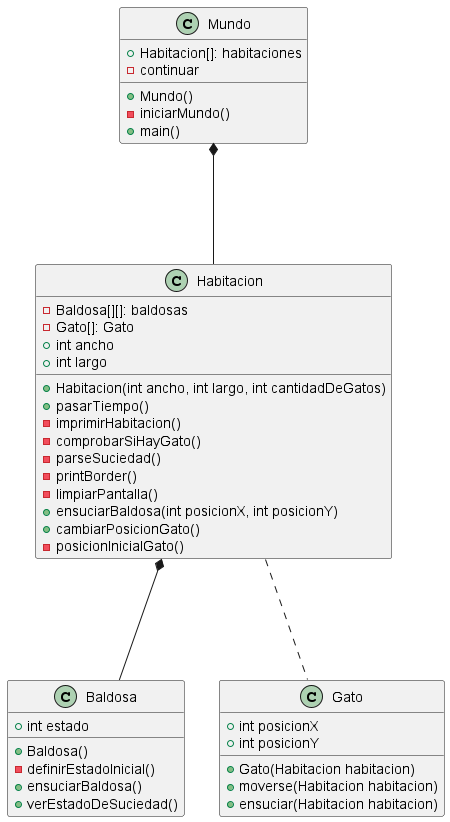
Above: out/modelosUML/diagrama001/diagrama001.png in mmasias/theWorld (PlantUML), before the change.
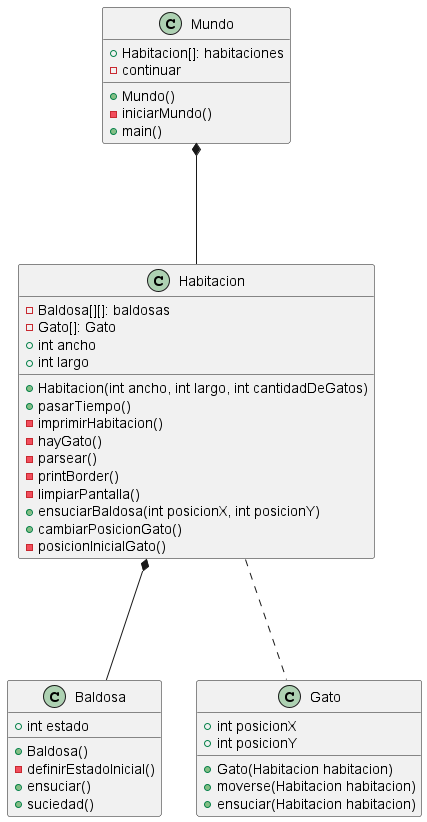
After the change.

Change to the diagram source:
```diff
@@ -16,8 +16,8 @@
     + Habitacion(int ancho, int largo, int cantidadDeGatos)
     + pasarTiempo()
     - imprimirHabitacion()
-    - comprobarSiHayGato()
-    - parseSuciedad()
+    - hayGato()
+    - parsear()
     - printBorder()
     - limpiarPantalla()
     + ensuciarBaldosa(int posicionX, int posicionY)
@@ -29,8 +29,8 @@
     + int estado
     + Baldosa()
     - definirEstadoInicial()
-    + ensuciarBaldosa()
-    + verEstadoDeSuciedad()
+    + ensuciar()
+    + suciedad()
 }
 
 class Gato{
```
